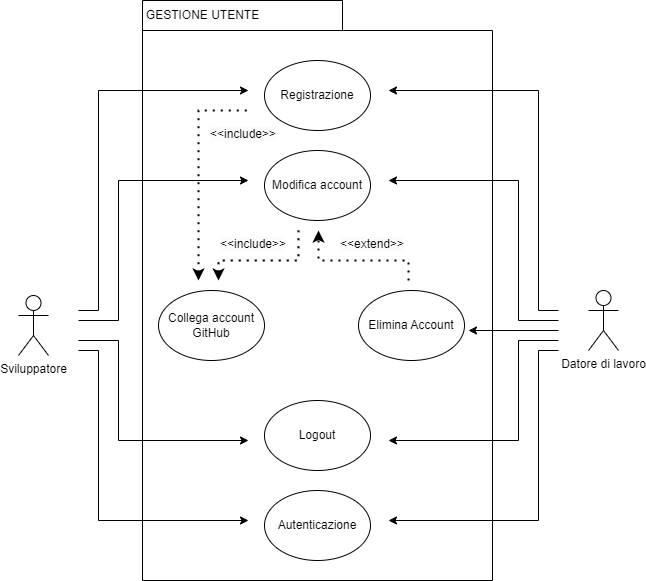
The draw.io diagram Documentazione/Requirement_Analysis_Document/Use_Case_Diagram/UCD_GU.png in JacopoPassariello/TuringCareers, before a commit. Source tidied: cells renumbered, new cells last; positions are measured from the earlier drawing's top-left corner, leaving out a move shared by most shapes. The source it was exported from:
```xml
<mxGraphModel>
  <root>
    <mxCell id="0" />
    <mxCell id="1" parent="0" />
    <mxCell id="2" style="shape=folder;fontStyle=1;tabWidth=200;tabHeight=30;tabPosition=left;html=1;boundedLbl=1;whiteSpace=wrap;" parent="1" vertex="1">
      <mxGeometry x="124" width="350" height="580" as="geometry" />
    </mxCell>
    <mxCell id="3" value="Datore di lavoro" style="shape=umlActor;verticalLabelPosition=bottom;verticalAlign=top;html=1;" parent="1" vertex="1">
      <mxGeometry x="570" y="290" width="30" height="60" as="geometry" />
    </mxCell>
    <mxCell id="4" value="Registrazione" style="ellipse;whiteSpace=wrap;html=1;" parent="1" vertex="1">
      <mxGeometry x="246" y="60" width="106" height="70" as="geometry" />
    </mxCell>
    <mxCell id="5" value="Elimina Account" style="ellipse;whiteSpace=wrap;html=1;" parent="1" vertex="1">
      <mxGeometry x="340" y="290" width="106" height="70" as="geometry" />
    </mxCell>
    <mxCell id="6" value="Autenticazione" style="ellipse;whiteSpace=wrap;html=1;" parent="1" vertex="1">
      <mxGeometry x="246" y="490" width="106" height="70" as="geometry" />
    </mxCell>
    <mxCell id="7" value="Sviluppatore" style="shape=umlActor;verticalLabelPosition=bottom;verticalAlign=top;html=1;" parent="1" vertex="1">
      <mxGeometry y="295" width="30" height="60" as="geometry" />
    </mxCell>
    <mxCell id="8" value="Collega account GitHub" style="ellipse;whiteSpace=wrap;html=1;" parent="1" vertex="1">
      <mxGeometry x="140" y="290" width="106" height="70" as="geometry" />
    </mxCell>
    <mxCell id="9" value="Modifica account" style="ellipse;whiteSpace=wrap;html=1;" parent="1" vertex="1">
      <mxGeometry x="246" y="150" width="106" height="70" as="geometry" />
    </mxCell>
    <mxCell id="10" style="endArrow=classic;html=1;rounded=0;endFill=1;" parent="1" edge="1">
      <mxGeometry relative="1" as="geometry">
        <mxPoint x="60" y="310" as="sourcePoint" />
        <mxPoint x="230" y="90" as="targetPoint" />
        <Array as="points">
          <mxPoint x="80" y="310" />
          <mxPoint x="80" y="90" />
        </Array>
      </mxGeometry>
    </mxCell>
    <mxCell id="11" value="GESTIONE UTENTE" style="text;html=1;align=center;verticalAlign=middle;strokeColor=none;fillColor=none;" parent="1" vertex="1">
      <mxGeometry x="114" width="140" height="30" as="geometry" />
    </mxCell>
    <mxCell id="12" style="endArrow=none;dashed=1;html=1;dashPattern=1 3;strokeWidth=2;rounded=0;startArrow=classic;startFill=1;" parent="1" edge="1">
      <mxGeometry relative="1" as="geometry">
        <mxPoint x="200" y="280" as="sourcePoint" />
        <mxPoint x="280" y="230" as="targetPoint" />
        <Array as="points">
          <mxPoint x="200" y="260" />
          <mxPoint x="280" y="260" />
        </Array>
      </mxGeometry>
    </mxCell>
    <mxCell id="13" value="Logout" style="ellipse;whiteSpace=wrap;html=1;" parent="1" vertex="1">
      <mxGeometry x="246" y="400" width="106" height="70" as="geometry" />
    </mxCell>
    <mxCell id="14" style="endArrow=none;dashed=1;html=1;dashPattern=1 3;strokeWidth=2;rounded=0;startArrow=classic;startFill=1;" parent="1" edge="1">
      <mxGeometry relative="1" as="geometry">
        <mxPoint x="180" y="280" as="sourcePoint" />
        <mxPoint x="230" y="110" as="targetPoint" />
        <Array as="points">
          <mxPoint x="180" y="110" />
        </Array>
      </mxGeometry>
    </mxCell>
    <mxCell id="15" style="endArrow=classic;dashed=1;html=1;dashPattern=1 3;strokeWidth=2;rounded=0;endFill=1;" parent="1" edge="1">
      <mxGeometry relative="1" as="geometry">
        <mxPoint x="390" y="280" as="sourcePoint" />
        <mxPoint x="300" y="230" as="targetPoint" />
        <Array as="points">
          <mxPoint x="390" y="260" />
          <mxPoint x="300" y="260" />
          <mxPoint x="300" y="240" />
        </Array>
      </mxGeometry>
    </mxCell>
    <mxCell id="16" value="&lt;span style=&quot;color: rgb(0, 0, 0); font-family: Helvetica; font-size: 12px; font-style: normal; font-variant-ligatures: normal; font-variant-caps: normal; font-weight: 400; letter-spacing: normal; orphans: 2; text-align: center; text-indent: 0px; text-transform: none; widows: 2; word-spacing: 0px; -webkit-text-stroke-width: 0px; background-color: rgb(251, 251, 251); text-decoration-thickness: initial; text-decoration-style: initial; text-decoration-color: initial; float: none; display: inline !important;&quot;&gt;&amp;lt;&amp;lt;include&amp;gt;&amp;gt;&lt;/span&gt;" style="text;whiteSpace=wrap;html=1;" parent="1" vertex="1">
      <mxGeometry x="200" y="230" width="100" height="40" as="geometry" />
    </mxCell>
    <mxCell id="17" value="&lt;span style=&quot;color: rgb(0, 0, 0); font-family: Helvetica; font-size: 12px; font-style: normal; font-variant-ligatures: normal; font-variant-caps: normal; font-weight: 400; letter-spacing: normal; orphans: 2; text-align: center; text-indent: 0px; text-transform: none; widows: 2; word-spacing: 0px; -webkit-text-stroke-width: 0px; background-color: rgb(251, 251, 251); text-decoration-thickness: initial; text-decoration-style: initial; text-decoration-color: initial; float: none; display: inline !important;&quot;&gt;&amp;lt;&amp;lt;include&amp;gt;&amp;gt;&lt;/span&gt;" style="text;whiteSpace=wrap;html=1;" parent="1" vertex="1">
      <mxGeometry x="190" y="120" width="80" height="50" as="geometry" />
    </mxCell>
    <mxCell id="18" value="&lt;span style=&quot;color: rgb(0, 0, 0); font-family: Helvetica; font-size: 12px; font-style: normal; font-variant-ligatures: normal; font-variant-caps: normal; font-weight: 400; letter-spacing: normal; orphans: 2; text-align: center; text-indent: 0px; text-transform: none; widows: 2; word-spacing: 0px; -webkit-text-stroke-width: 0px; background-color: rgb(251, 251, 251); text-decoration-thickness: initial; text-decoration-style: initial; text-decoration-color: initial; float: none; display: inline !important;&quot;&gt;&amp;lt;&amp;lt;extend&amp;gt;&amp;gt;&lt;/span&gt;" style="text;whiteSpace=wrap;html=1;" parent="1" vertex="1">
      <mxGeometry x="320" y="230" width="100" height="40" as="geometry" />
    </mxCell>
    <mxCell id="19" style="endArrow=classic;html=1;rounded=0;endFill=1;" parent="1" edge="1">
      <mxGeometry relative="1" as="geometry">
        <mxPoint x="60" y="320" as="sourcePoint" />
        <mxPoint x="230" y="180" as="targetPoint" />
        <Array as="points">
          <mxPoint x="100" y="320" />
          <mxPoint x="100" y="180" />
        </Array>
      </mxGeometry>
    </mxCell>
    <mxCell id="20" style="endArrow=classic;html=1;rounded=0;endFill=1;" parent="1" edge="1">
      <mxGeometry relative="1" as="geometry">
        <mxPoint x="60" y="340" as="sourcePoint" />
        <mxPoint x="230" y="440" as="targetPoint" />
        <Array as="points">
          <mxPoint x="100" y="340" />
          <mxPoint x="100" y="440" />
        </Array>
      </mxGeometry>
    </mxCell>
    <mxCell id="21" style="endArrow=classic;html=1;rounded=0;endFill=1;" parent="1" edge="1">
      <mxGeometry relative="1" as="geometry">
        <mxPoint x="60" y="350" as="sourcePoint" />
        <mxPoint x="230" y="520" as="targetPoint" />
        <Array as="points">
          <mxPoint x="80" y="350" />
          <mxPoint x="80" y="520" />
        </Array>
      </mxGeometry>
    </mxCell>
    <mxCell id="22" style="endArrow=classic;html=1;rounded=0;endFill=1;" parent="1" edge="1">
      <mxGeometry relative="1" as="geometry">
        <mxPoint x="540" y="310" as="sourcePoint" />
        <mxPoint x="370" y="90" as="targetPoint" />
        <Array as="points">
          <mxPoint x="520" y="310" />
          <mxPoint x="520" y="90" />
        </Array>
      </mxGeometry>
    </mxCell>
    <mxCell id="23" style="endArrow=classic;html=1;rounded=0;endFill=1;" parent="1" edge="1">
      <mxGeometry relative="1" as="geometry">
        <mxPoint x="540" y="320" as="sourcePoint" />
        <mxPoint x="370" y="180" as="targetPoint" />
        <Array as="points">
          <mxPoint x="500" y="320" />
          <mxPoint x="500" y="180" />
        </Array>
      </mxGeometry>
    </mxCell>
    <mxCell id="24" style="endArrow=classic;html=1;rounded=0;endFill=1;" parent="1" edge="1">
      <mxGeometry relative="1" as="geometry">
        <mxPoint x="540" y="340" as="sourcePoint" />
        <mxPoint x="370" y="440" as="targetPoint" />
        <Array as="points">
          <mxPoint x="500" y="340" />
          <mxPoint x="500" y="440" />
        </Array>
      </mxGeometry>
    </mxCell>
    <mxCell id="25" style="endArrow=classic;html=1;rounded=0;endFill=1;" parent="1" edge="1">
      <mxGeometry relative="1" as="geometry">
        <mxPoint x="540" y="350" as="sourcePoint" />
        <mxPoint x="370" y="520" as="targetPoint" />
        <Array as="points">
          <mxPoint x="520" y="350" />
          <mxPoint x="520" y="520" />
        </Array>
      </mxGeometry>
    </mxCell>
    <mxCell id="26" style="endArrow=classic;html=1;rounded=0;" parent="1" edge="1">
      <mxGeometry relative="1" as="geometry">
        <mxPoint x="540" y="330" as="sourcePoint" />
        <mxPoint x="450" y="330" as="targetPoint" />
      </mxGeometry>
    </mxCell>
  </root>
</mxGraphModel>
```
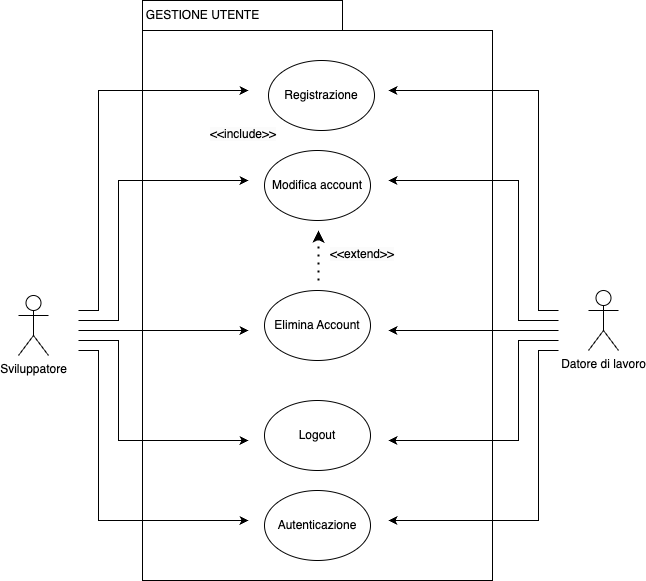
The same file after the commit.

Commit message:
Modifiche allo USD

Aggiornato use case diagram per la gestione utente. Eliminato use case per la registrazione con github.

Change to the diagram source:
```diff
@@ -9,10 +9,10 @@
       <mxGeometry x="570" y="290" width="30" height="60" as="geometry" />
     </mxCell>
     <mxCell id="4" value="Registrazione" style="ellipse;whiteSpace=wrap;html=1;" parent="1" vertex="1">
-      <mxGeometry x="246" y="60" width="106" height="70" as="geometry" />
+      <mxGeometry x="250" y="60" width="106" height="70" as="geometry" />
     </mxCell>
     <mxCell id="5" value="Elimina Account" style="ellipse;whiteSpace=wrap;html=1;" parent="1" vertex="1">
-      <mxGeometry x="340" y="290" width="106" height="70" as="geometry" />
+      <mxGeometry x="246" y="290" width="106" height="70" as="geometry" />
     </mxCell>
     <mxCell id="6" value="Autenticazione" style="ellipse;whiteSpace=wrap;html=1;" parent="1" vertex="1">
       <mxGeometry x="246" y="490" width="106" height="70" as="geometry" />
@@ -20,9 +20,6 @@
     <mxCell id="7" value="Sviluppatore" style="shape=umlActor;verticalLabelPosition=bottom;verticalAlign=top;html=1;" parent="1" vertex="1">
       <mxGeometry y="295" width="30" height="60" as="geometry" />
     </mxCell>
-    <mxCell id="8" value="Collega account GitHub" style="ellipse;whiteSpace=wrap;html=1;" parent="1" vertex="1">
-      <mxGeometry x="140" y="290" width="106" height="70" as="geometry" />
-    </mxCell>
     <mxCell id="9" value="Modifica account" style="ellipse;whiteSpace=wrap;html=1;" parent="1" vertex="1">
       <mxGeometry x="246" y="150" width="106" height="70" as="geometry" />
     </mxCell>
@@ -39,47 +36,24 @@
     <mxCell id="11" value="GESTIONE UTENTE" style="text;html=1;align=center;verticalAlign=middle;strokeColor=none;fillColor=none;" parent="1" vertex="1">
       <mxGeometry x="114" width="140" height="30" as="geometry" />
     </mxCell>
-    <mxCell id="12" style="endArrow=none;dashed=1;html=1;dashPattern=1 3;strokeWidth=2;rounded=0;startArrow=classic;startFill=1;" parent="1" edge="1">
-      <mxGeometry relative="1" as="geometry">
-        <mxPoint x="200" y="280" as="sourcePoint" />
-        <mxPoint x="280" y="230" as="targetPoint" />
-        <Array as="points">
-          <mxPoint x="200" y="260" />
-          <mxPoint x="280" y="260" />
-        </Array>
-      </mxGeometry>
-    </mxCell>
     <mxCell id="13" value="Logout" style="ellipse;whiteSpace=wrap;html=1;" parent="1" vertex="1">
       <mxGeometry x="246" y="400" width="106" height="70" as="geometry" />
     </mxCell>
-    <mxCell id="14" style="endArrow=none;dashed=1;html=1;dashPattern=1 3;strokeWidth=2;rounded=0;startArrow=classic;startFill=1;" parent="1" edge="1">
-      <mxGeometry relative="1" as="geometry">
-        <mxPoint x="180" y="280" as="sourcePoint" />
-        <mxPoint x="230" y="110" as="targetPoint" />
-        <Array as="points">
-          <mxPoint x="180" y="110" />
-        </Array>
-      </mxGeometry>
-    </mxCell>
     <mxCell id="15" style="endArrow=classic;dashed=1;html=1;dashPattern=1 3;strokeWidth=2;rounded=0;endFill=1;" parent="1" edge="1">
       <mxGeometry relative="1" as="geometry">
-        <mxPoint x="390" y="280" as="sourcePoint" />
+        <mxPoint x="300" y="280" as="sourcePoint" />
         <mxPoint x="300" y="230" as="targetPoint" />
         <Array as="points">
-          <mxPoint x="390" y="260" />
           <mxPoint x="300" y="260" />
           <mxPoint x="300" y="240" />
         </Array>
       </mxGeometry>
     </mxCell>
-    <mxCell id="16" value="&lt;span style=&quot;color: rgb(0, 0, 0); font-family: Helvetica; font-size: 12px; font-style: normal; font-variant-ligatures: normal; font-variant-caps: normal; font-weight: 400; letter-spacing: normal; orphans: 2; text-align: center; text-indent: 0px; text-transform: none; widows: 2; word-spacing: 0px; -webkit-text-stroke-width: 0px; background-color: rgb(251, 251, 251); text-decoration-thickness: initial; text-decoration-style: initial; text-decoration-color: initial; float: none; display: inline !important;&quot;&gt;&amp;lt;&amp;lt;include&amp;gt;&amp;gt;&lt;/span&gt;" style="text;whiteSpace=wrap;html=1;" parent="1" vertex="1">
-      <mxGeometry x="200" y="230" width="100" height="40" as="geometry" />
-    </mxCell>
     <mxCell id="17" value="&lt;span style=&quot;color: rgb(0, 0, 0); font-family: Helvetica; font-size: 12px; font-style: normal; font-variant-ligatures: normal; font-variant-caps: normal; font-weight: 400; letter-spacing: normal; orphans: 2; text-align: center; text-indent: 0px; text-transform: none; widows: 2; word-spacing: 0px; -webkit-text-stroke-width: 0px; background-color: rgb(251, 251, 251); text-decoration-thickness: initial; text-decoration-style: initial; text-decoration-color: initial; float: none; display: inline !important;&quot;&gt;&amp;lt;&amp;lt;include&amp;gt;&amp;gt;&lt;/span&gt;" style="text;whiteSpace=wrap;html=1;" parent="1" vertex="1">
       <mxGeometry x="190" y="120" width="80" height="50" as="geometry" />
     </mxCell>
     <mxCell id="18" value="&lt;span style=&quot;color: rgb(0, 0, 0); font-family: Helvetica; font-size: 12px; font-style: normal; font-variant-ligatures: normal; font-variant-caps: normal; font-weight: 400; letter-spacing: normal; orphans: 2; text-align: center; text-indent: 0px; text-transform: none; widows: 2; word-spacing: 0px; -webkit-text-stroke-width: 0px; background-color: rgb(251, 251, 251); text-decoration-thickness: initial; text-decoration-style: initial; text-decoration-color: initial; float: none; display: inline !important;&quot;&gt;&amp;lt;&amp;lt;extend&amp;gt;&amp;gt;&lt;/span&gt;" style="text;whiteSpace=wrap;html=1;" parent="1" vertex="1">
-      <mxGeometry x="320" y="230" width="100" height="40" as="geometry" />
+      <mxGeometry x="310" y="240" width="100" height="40" as="geometry" />
     </mxCell>
     <mxCell id="19" style="endArrow=classic;html=1;rounded=0;endFill=1;" parent="1" edge="1">
       <mxGeometry relative="1" as="geometry">
@@ -154,8 +128,14 @@
     <mxCell id="26" style="endArrow=classic;html=1;rounded=0;" parent="1" edge="1">
       <mxGeometry relative="1" as="geometry">
         <mxPoint x="540" y="330" as="sourcePoint" />
-        <mxPoint x="450" y="330" as="targetPoint" />
+        <mxPoint x="370" y="330" as="targetPoint" />
       </mxGeometry>
     </mxCell>
+    <mxCell id="27" style="endArrow=classic;html=1;rounded=0;" parent="1" edge="1">
+      <mxGeometry relative="1" as="geometry">
+        <mxPoint x="60" y="330" as="sourcePoint" />
+        <mxPoint x="230" y="330" as="targetPoint" />
+      </mxGeometry>
+    </mxCell>
   </root>
 </mxGraphModel>
```
